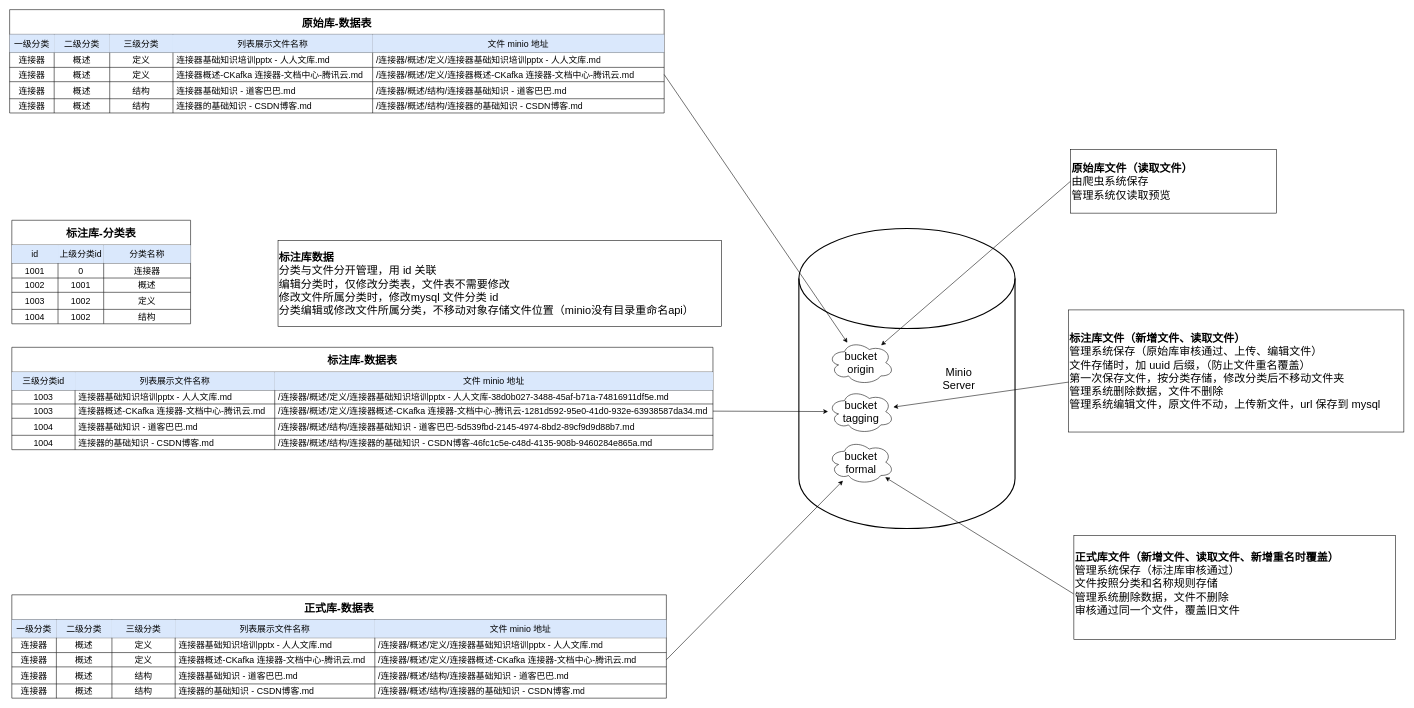
MuggleStar/draw_io keeps this draw.io diagram as ence/aidata-minio.drawio. Above is the earlier version. Source tidied: cells renumbered, new cells numbered last; positions are measured from the earlier drawing's top-left corner, leaving out a move shared by most shapes. Both pictures are drawn from the tidied source at 55%, with x=0, y=0 at pixel (9, 9).
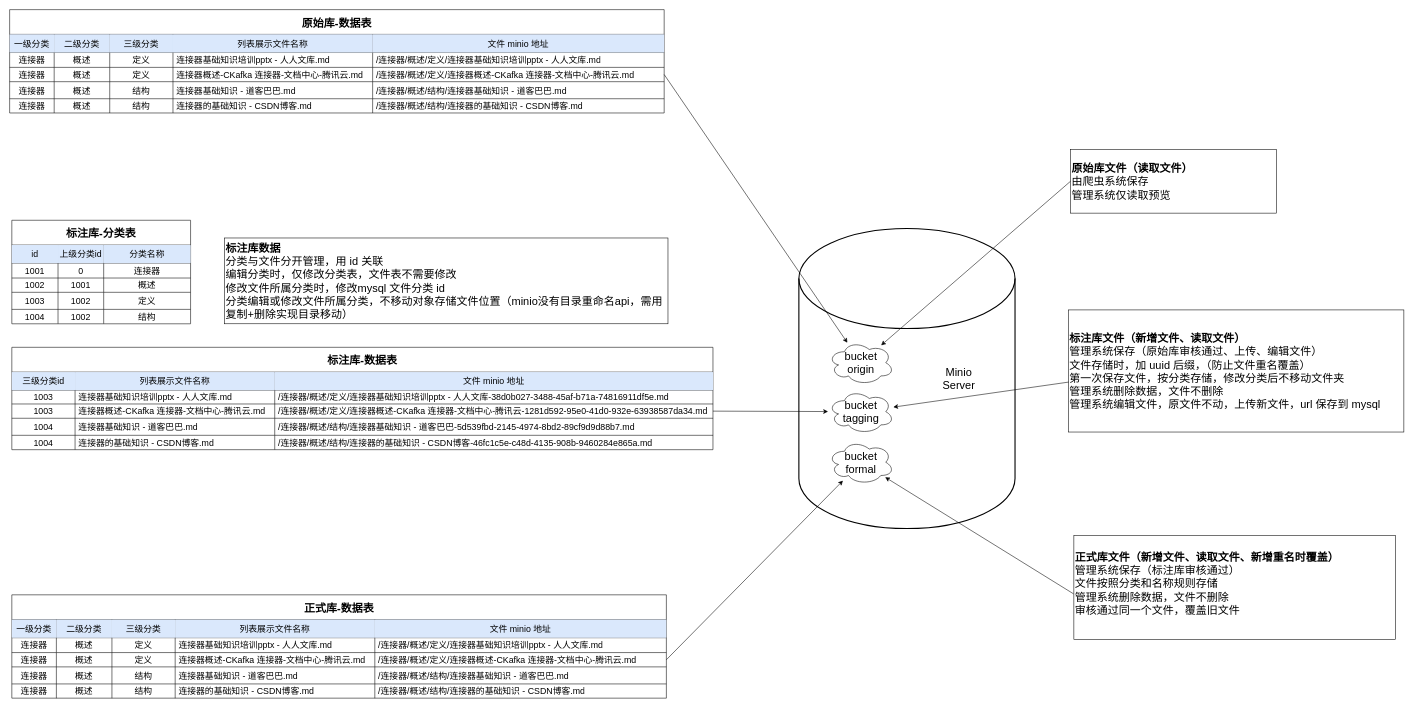
The same page after the edit.

Change to the diagram source:
```diff
@@
-    <mxCell id="116" value="&lt;font style=&quot;font-size: 20px;&quot;&gt;&lt;b&gt;标注库数据&lt;/b&gt;&lt;/font&gt;&lt;div&gt;&lt;span style=&quot;font-size: 20px;&quot;&gt;分类与文件分开管理，用 id 关联&lt;/span&gt;&lt;/div&gt;&lt;div&gt;&lt;span style=&quot;font-size: 20px;&quot;&gt;编辑分类时，仅修改分类表，文件表不需要修改&lt;br&gt;修改文件所属分类时，修改mysql 文件分类 id&lt;br&gt;分类编辑或修改文件所属分类，不移动对象存储文件位置（minio没有目录重命名api）&lt;/span&gt;&lt;/div&gt;" style="rounded=0;whiteSpace=wrap;html=1;align=left;" parent="1" vertex="1">
-      <mxGeometry x="488" y="420" width="806" height="156" as="geometry" />
+    <mxCell id="116" value="&lt;font style=&quot;font-size: 20px;&quot;&gt;&lt;b&gt;标注库数据&lt;/b&gt;&lt;/font&gt;&lt;div&gt;&lt;span style=&quot;font-size: 20px;&quot;&gt;分类与文件分开管理，用 id 关联&lt;/span&gt;&lt;/div&gt;&lt;div&gt;&lt;span style=&quot;font-size: 20px;&quot;&gt;编辑分类时，仅修改分类表，文件表不需要修改&lt;br&gt;修改文件所属分类时，修改mysql 文件分类 id&lt;br&gt;分类编辑或修改文件所属分类，不移动对象存储文件位置（minio没有目录重命名api，需用 复制+删除实现目录移动&lt;/span&gt;&lt;span style=&quot;font-size: 20px; background-color: transparent; color: light-dark(rgb(0, 0, 0), rgb(255, 255, 255));&quot;&gt;）&lt;/span&gt;&lt;/div&gt;" style="rounded=0;whiteSpace=wrap;html=1;align=left;" parent="1" vertex="1">
+      <mxGeometry x="391" y="415.2" width="806" height="156" as="geometry" />
     </mxCell>
```
